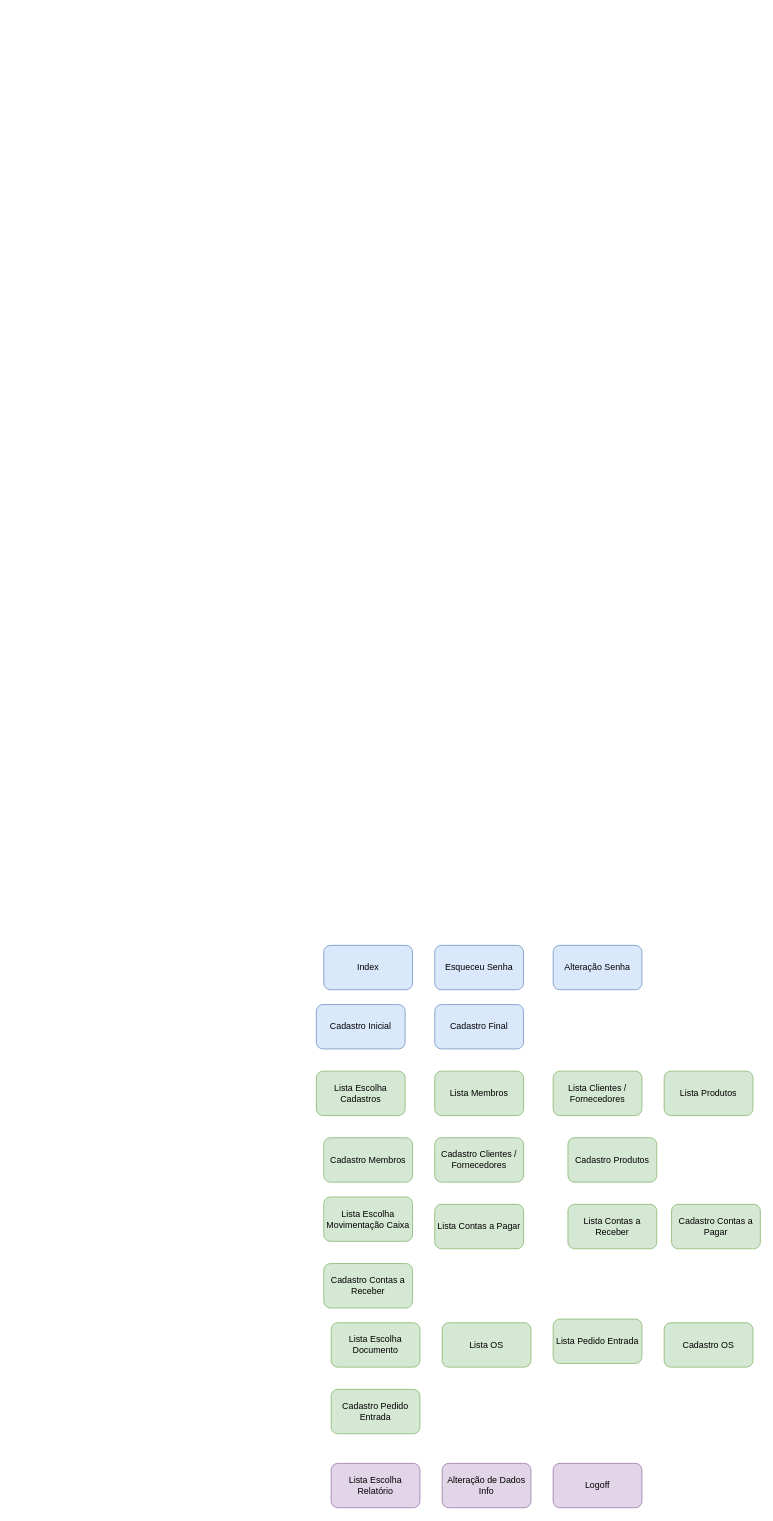
Before: APS - Sistemap.drawio in CSFelix/UML, a draw.io diagram. Source tidied: cells renumbered, new cells numbered last; positions are measured from the earlier drawing's top-left corner, leaving out a move shared by most shapes. Both pictures are drawn from the tidied source at 74%, with x=0, y=0 at pixel (316, 945).
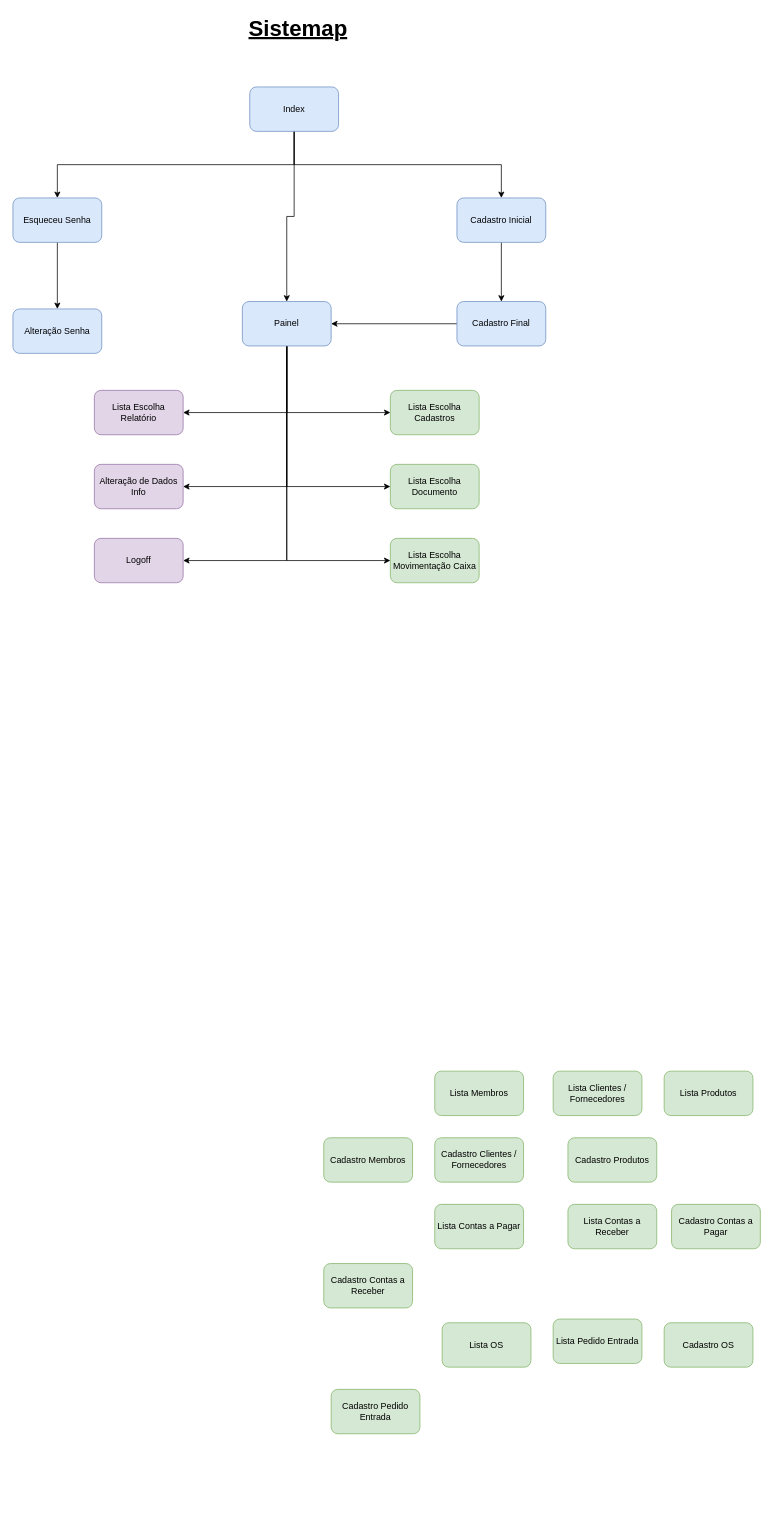
The same diagram, later.

Diff of the diagram source:
```diff
@@
+    <mxCell id="27" style="edgeStyle=orthogonalEdgeStyle;rounded=0;jettySize=auto;html=1;entryX=0.5;entryY=0;entryDx=0;entryDy=0;exitX=0.5;exitY=1;exitDx=0;exitDy=0;" parent="1" edge="1" source="2" target="4">
+      <mxGeometry relative="1" as="geometry" />
+    </mxCell>
+    <mxCell id="28" style="edgeStyle=orthogonalEdgeStyle;rounded=0;jettySize=auto;html=1;" parent="1" edge="1" source="2" target="40">
+      <mxGeometry relative="1" as="geometry" />
+    </mxCell>
+    <mxCell id="29" style="edgeStyle=orthogonalEdgeStyle;rounded=0;jettySize=auto;html=1;exitX=0.5;exitY=1;exitDx=0;exitDy=0;" parent="1" edge="1" source="2" target="6">
+      <mxGeometry relative="1" as="geometry" />
+    </mxCell>
     <mxCell id="2" value="Index" style="rounded=1;whiteSpace=wrap;html=1;fillColor=#dae8fc;strokeColor=#6c8ebf;" parent="1" vertex="1">
-      <mxGeometry x="10" width="120" height="60" as="geometry" />
+      <mxGeometry x="-90" y="-1160" width="120" height="60" as="geometry" />
     </mxCell>
     <mxCell id="3" value="Alteração Senha" style="rounded=1;whiteSpace=wrap;html=1;fillColor=#dae8fc;strokeColor=#6c8ebf;" parent="1" vertex="1">
-      <mxGeometry x="320" width="120" height="60" as="geometry" />
+      <mxGeometry x="-410" y="-860" width="120" height="60" as="geometry" />
     </mxCell>
+    <mxCell id="30" style="edgeStyle=orthogonalEdgeStyle;rounded=0;jettySize=auto;html=1;entryX=0.5;entryY=0;entryDx=0;entryDy=0;" parent="1" edge="1" source="4" target="3">
+      <mxGeometry relative="1" as="geometry" />
+    </mxCell>
     <mxCell id="4" value="Esqueceu Senha" style="rounded=1;whiteSpace=wrap;html=1;fillColor=#dae8fc;strokeColor=#6c8ebf;" parent="1" vertex="1">
-      <mxGeometry x="160" width="120" height="60" as="geometry" />
+      <mxGeometry x="-410" y="-1010" width="120" height="60" as="geometry" />
     </mxCell>
+    <mxCell id="31" style="edgeStyle=orthogonalEdgeStyle;rounded=0;jettySize=auto;html=1;entryX=1;entryY=0.5;entryDx=0;entryDy=0;" parent="1" edge="1" source="5" target="40">
+      <mxGeometry relative="1" as="geometry" />
+    </mxCell>
     <mxCell id="5" value="Cadastro Final" style="rounded=1;whiteSpace=wrap;html=1;fillColor=#dae8fc;strokeColor=#6c8ebf;" parent="1" vertex="1">
-      <mxGeometry x="160" y="80" width="120" height="60" as="geometry" />
+      <mxGeometry x="190" y="-870" width="120" height="60" as="geometry" />
     </mxCell>
+    <mxCell id="32" style="edgeStyle=orthogonalEdgeStyle;rounded=0;jettySize=auto;html=1;" parent="1" edge="1" source="6" target="5">
+      <mxGeometry relative="1" as="geometry" />
+    </mxCell>
     <mxCell id="6" value="Cadastro Inicial" style="rounded=1;whiteSpace=wrap;html=1;fillColor=#dae8fc;strokeColor=#6c8ebf;" parent="1" vertex="1">
-      <mxGeometry y="80" width="120" height="60" as="geometry" />
+      <mxGeometry x="190" y="-1010" width="120" height="60" as="geometry" />
     </mxCell>
     <mxCell id="7" value="Lista Escolha Cadastros" style="rounded=1;whiteSpace=wrap;html=1;fillColor=#d5e8d4;strokeColor=#82b366;" parent="1" vertex="1">
-      <mxGeometry y="170" width="120" height="60" as="geometry" />
+      <mxGeometry x="100" y="-750" width="120" height="60" as="geometry" />
     </mxCell>
@@
     <mxCell id="14" value="Lista Escolha Movimentação Caixa" style="rounded=1;whiteSpace=wrap;html=1;fillColor=#d5e8d4;strokeColor=#82b366;" parent="1" vertex="1">
-      <mxGeometry x="10" y="340" width="120" height="60" as="geometry" />
+      <mxGeometry x="100" y="-550" width="120" height="60" as="geometry" />
     </mxCell>
@@
     <mxCell id="19" value="Lista Escolha Documento" style="rounded=1;whiteSpace=wrap;html=1;fillColor=#d5e8d4;strokeColor=#82b366;" parent="1" vertex="1">
-      <mxGeometry x="20" y="510" width="120" height="60" as="geometry" />
+      <mxGeometry x="100" y="-650" width="120" height="60" as="geometry" />
     </mxCell>
@@
     <mxCell id="24" value="Lista Escolha Relatório" style="rounded=1;whiteSpace=wrap;html=1;fillColor=#e1d5e7;strokeColor=#9673a6;" parent="1" vertex="1">
-      <mxGeometry x="20" y="700" width="120" height="60" as="geometry" />
+      <mxGeometry x="-300" y="-750" width="120" height="60" as="geometry" />
     </mxCell>
     <mxCell id="25" value="Alteração de Dados Info" style="rounded=1;whiteSpace=wrap;html=1;fillColor=#e1d5e7;strokeColor=#9673a6;" parent="1" vertex="1">
-      <mxGeometry x="170" y="700" width="120" height="60" as="geometry" />
+      <mxGeometry x="-300" y="-650" width="120" height="60" as="geometry" />
     </mxCell>
     <mxCell id="26" value="Logoff" style="rounded=1;whiteSpace=wrap;html=1;fillColor=#e1d5e7;strokeColor=#9673a6;" parent="1" vertex="1">
-      <mxGeometry x="320" y="700" width="120" height="60" as="geometry" />
+      <mxGeometry x="-300" y="-550" width="120" height="60" as="geometry" />
     </mxCell>
+    <mxCell id="33" value="Sistemap" style="text;html=1;align=center;verticalAlign=middle;rounded=0;fontStyle=5;dashed=1;shadow=0;sketch=0;glass=0;fontSize=30;direction=west;rotation=0;" parent="1" vertex="1">
+      <mxGeometry x="-100" y="-1260" width="150" height="40" as="geometry" />
+    </mxCell>
+    <mxCell id="34" style="edgeStyle=orthogonalEdgeStyle;rounded=0;jettySize=auto;html=1;entryX=1;entryY=0.5;entryDx=0;entryDy=0;exitX=0.5;exitY=1;exitDx=0;exitDy=0;" parent="1" edge="1" source="40" target="24">
+      <mxGeometry relative="1" as="geometry" />
+    </mxCell>
+    <mxCell id="35" style="edgeStyle=orthogonalEdgeStyle;rounded=0;jettySize=auto;html=1;entryX=1;entryY=0.5;entryDx=0;entryDy=0;exitX=0.5;exitY=1;exitDx=0;exitDy=0;" parent="1" edge="1" source="40" target="25">
+      <mxGeometry relative="1" as="geometry" />
+    </mxCell>
+    <mxCell id="36" style="edgeStyle=orthogonalEdgeStyle;rounded=0;jettySize=auto;html=1;entryX=1;entryY=0.5;entryDx=0;entryDy=0;exitX=0.5;exitY=1;exitDx=0;exitDy=0;" parent="1" edge="1" source="40" target="26">
+      <mxGeometry relative="1" as="geometry" />
+    </mxCell>
+    <mxCell id="37" style="edgeStyle=orthogonalEdgeStyle;rounded=0;jettySize=auto;html=1;entryX=0;entryY=0.5;entryDx=0;entryDy=0;exitX=0.5;exitY=1;exitDx=0;exitDy=0;" parent="1" edge="1" source="40" target="7">
+      <mxGeometry relative="1" as="geometry" />
+    </mxCell>
+    <mxCell id="38" style="edgeStyle=orthogonalEdgeStyle;rounded=0;jettySize=auto;html=1;entryX=0;entryY=0.5;entryDx=0;entryDy=0;exitX=0.5;exitY=1;exitDx=0;exitDy=0;" parent="1" edge="1" source="40" target="19">
+      <mxGeometry relative="1" as="geometry" />
+    </mxCell>
+    <mxCell id="39" style="edgeStyle=orthogonalEdgeStyle;rounded=0;jettySize=auto;html=1;entryX=0;entryY=0.5;entryDx=0;entryDy=0;exitX=0.5;exitY=1;exitDx=0;exitDy=0;" parent="1" edge="1" source="40" target="14">
+      <mxGeometry relative="1" as="geometry" />
+    </mxCell>
+    <mxCell id="40" value="Painel" style="rounded=1;whiteSpace=wrap;html=1;fillColor=#dae8fc;strokeColor=#6c8ebf;" parent="1" vertex="1">
+      <mxGeometry x="-100" y="-870" width="120" height="60" as="geometry" />
+    </mxCell>
```
